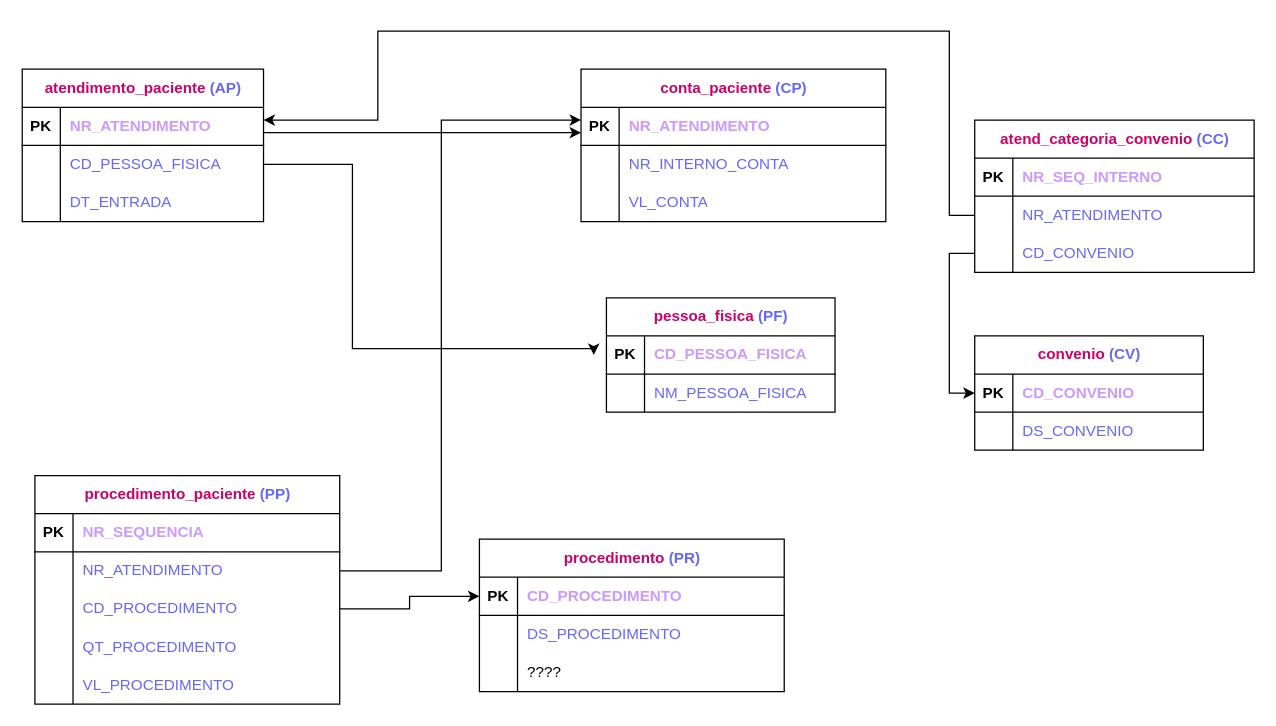
Earlier version of the draw.io diagram Exercício13.drawio (PatriciaGavloski/diagramas.sql). Source tidied: cells renumbered, new cells numbered last; positions are measured from the earlier drawing's top-left corner, leaving out a move shared by most shapes. Both pictures are drawn from the tidied source at 127%, with x=0, y=0 at pixel (22, 30).
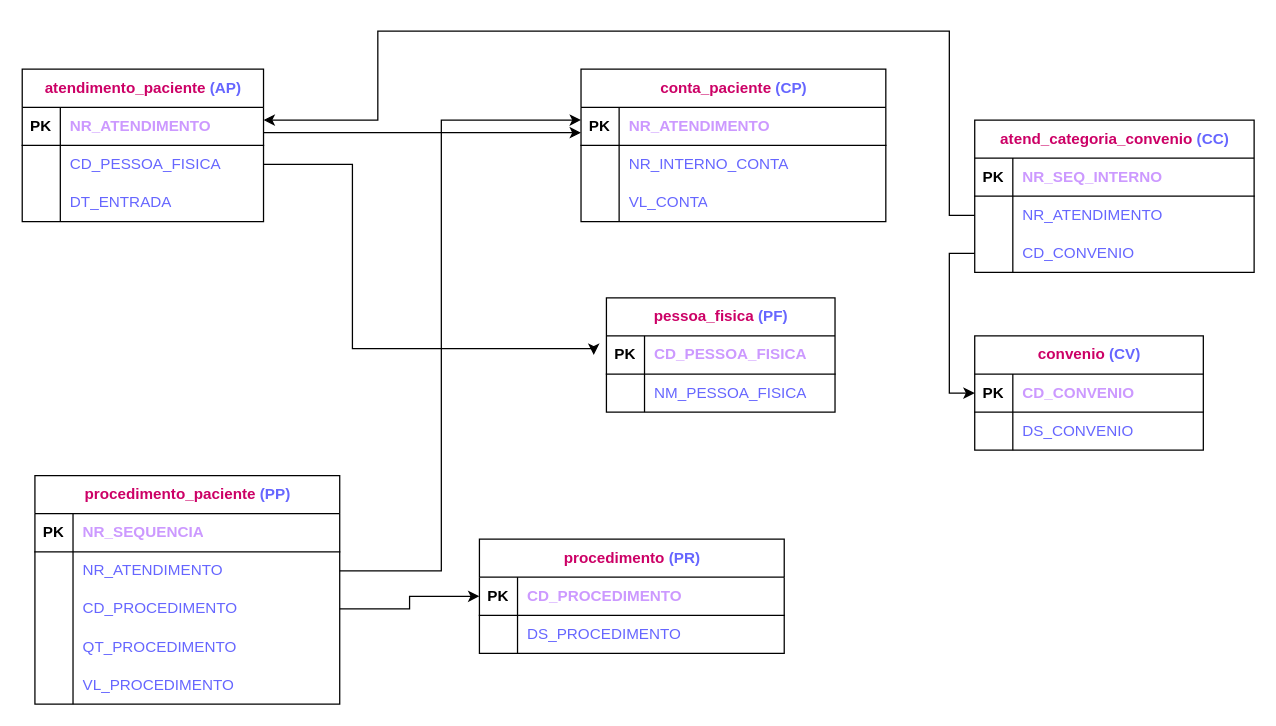
Above is the later version.

The edit, as a diff of the source:
```diff
@@
     <mxCell id="50" value="&lt;font color=&quot;#cc0066&quot;&gt;procedimento &lt;/font&gt;&lt;font color=&quot;#6666ff&quot;&gt;(PR)&lt;/font&gt;" style="shape=table;startSize=30;childLayout=tableLayout;rowLines=0;fontStyle=1;align=center;html=1;" parent="1" vertex="1">
-      <mxGeometry x="360" y="400" width="240" height="120" as="geometry" />
+      <mxGeometry x="360" y="400" width="240" height="90" as="geometry" />
     </mxCell>
@@
-    <mxCell id="57" style="shape=tableRow;horizontal=0;startSize=0;swimlaneHead=0;swimlaneBody=0;fillColor=none;top=0;left=0;right=0;bottom=0;" parent="50" vertex="1">
-      <mxGeometry y="90" width="240" height="30" as="geometry" />
-    </mxCell>
-    <mxCell id="58" style="shape=partialRectangle;fillColor=none;top=0;left=0;bottom=0;right=0;overflow=hidden;whiteSpace=wrap;html=1;" parent="57" vertex="1">
-      <mxGeometry width="30" height="30" as="geometry" />
-    </mxCell>
-    <mxCell id="59" value="????" style="shape=partialRectangle;fillColor=none;top=0;left=0;bottom=0;right=0;align=left;spacingLeft=6;overflow=hidden;whiteSpace=wrap;html=1;" parent="57" vertex="1">
-      <mxGeometry x="30" width="210" height="30" as="geometry" />
-    </mxCell>
```
